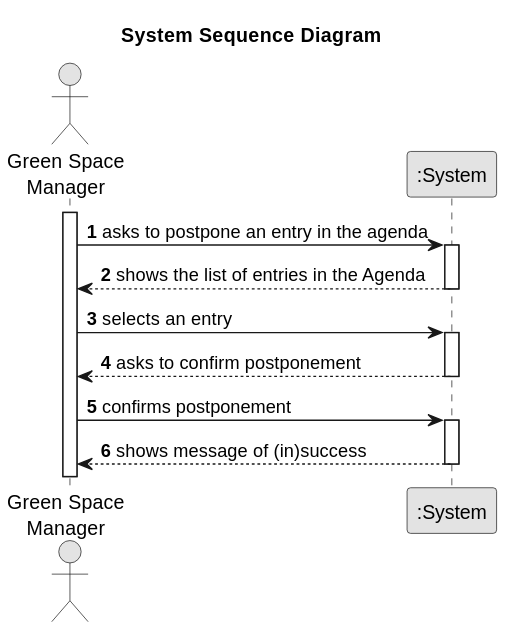
RicardoMorim/lapr2-ISEP-Project keeps this PlantUML diagram as docs/sprintC/us024/01.requirements-engineering/svg/us024-alternative-one-System_Sequence_Diagram.svg. Above is the earlier version.
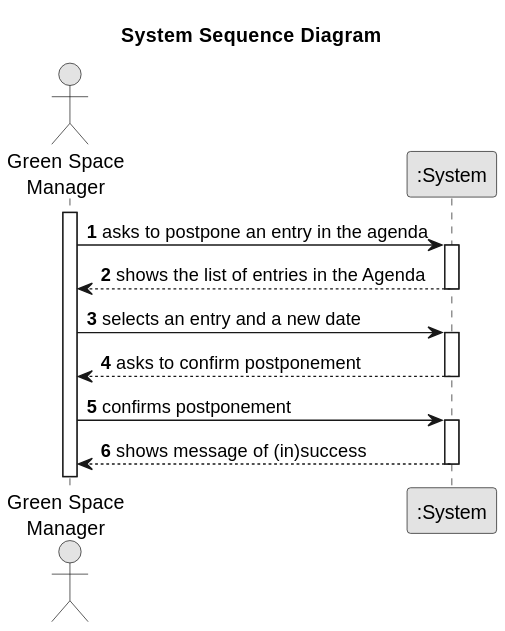
The same diagram one commit later.

What changed in the source:
```diff
@@ -18,7 +18,7 @@
     System --> Employee : shows the list of entries in the Agenda
     deactivate System
 
-    Employee -> System : selects an entry
+    Employee -> System : selects an entry and a new date
     activate System
 
     System --> Employee : asks to confirm postponement
```
